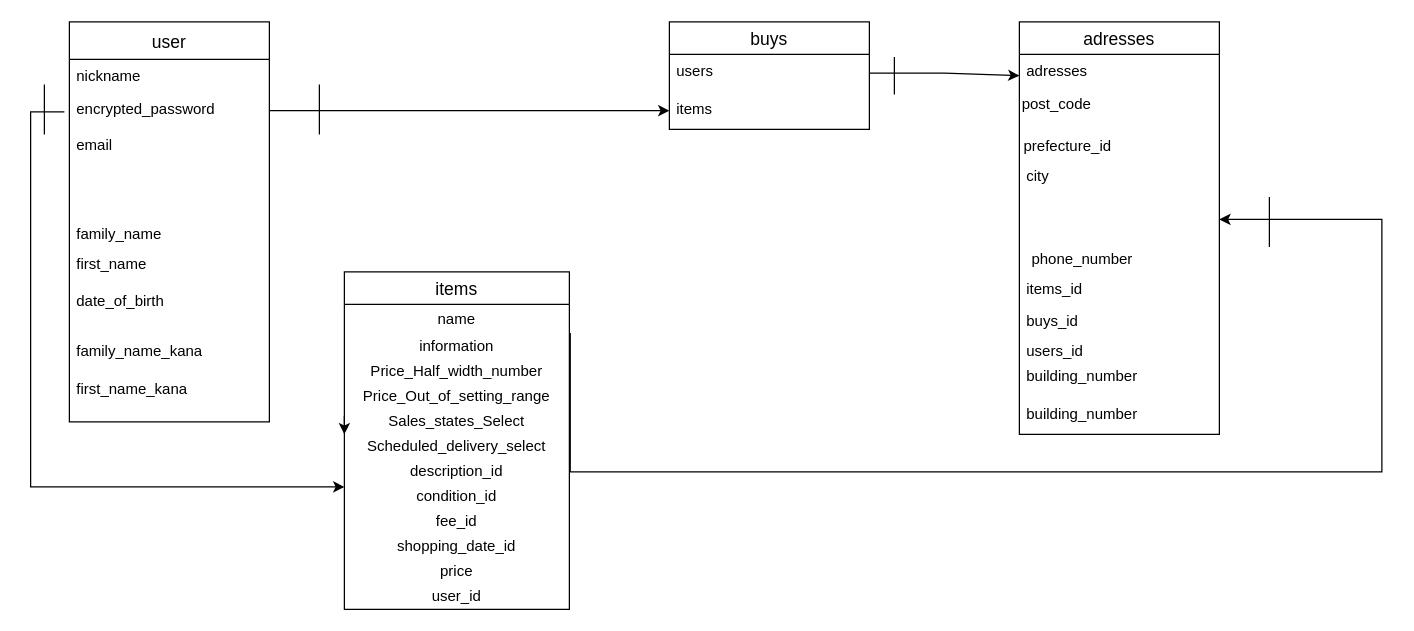
The draw.io diagram app/furima.dio in KINGKim2019/furima-29585, before the edit. Source tidied: cells renumbered, new cells numbered last; positions are measured from the earlier drawing's top-left corner, leaving out a move shared by most shapes. Both pictures are drawn from the tidied source at 125%, with x=0, y=0 at pixel (30, 21).
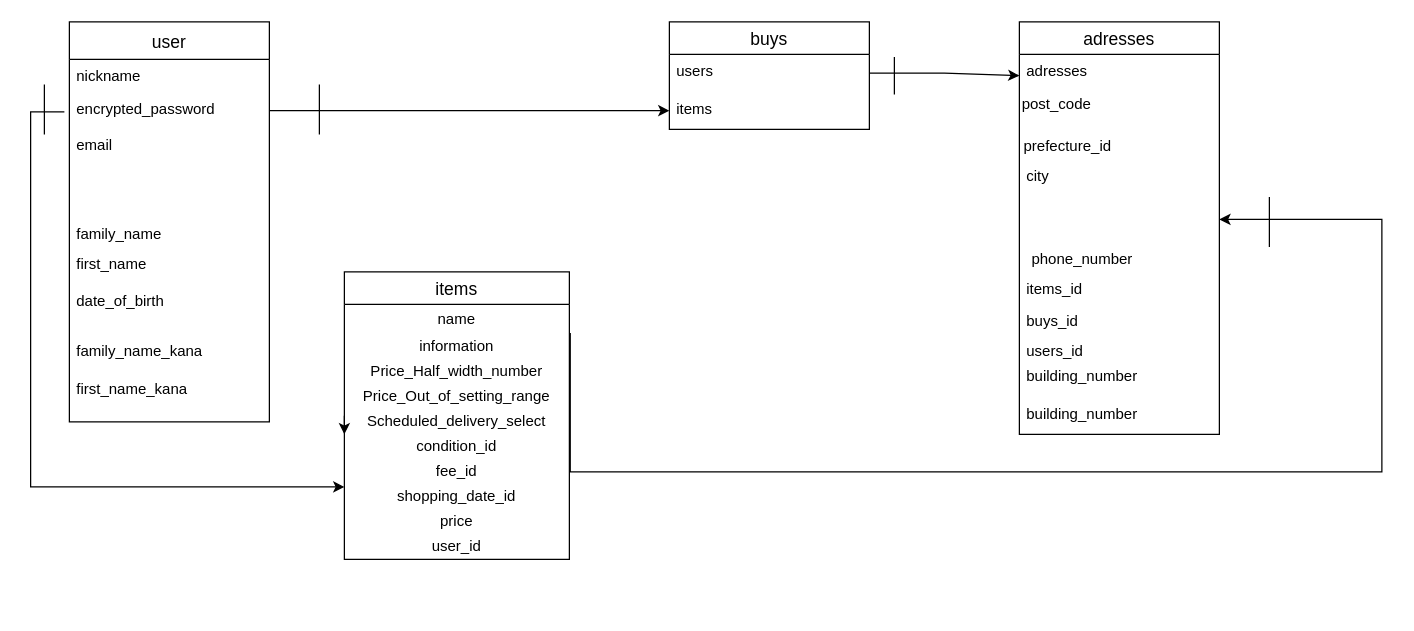
Above is the later version.

The edit, as a diff of the source:
```diff
@@
     <mxCell id="5" value="items" style="swimlane;fontStyle=0;horizontal=1;startSize=26;align=center;fontSize=14;" parent="1" vertex="1">
-      <mxGeometry x="251" y="200" width="180" height="270" as="geometry" />
+      <mxGeometry x="251" y="200" width="180" height="230" as="geometry" />
     </mxCell>
@@
-    <mxCell id="10" style="edgeStyle=orthogonalEdgeStyle;rounded=0;orthogonalLoop=1;jettySize=auto;html=1;exitX=0;exitY=0.25;exitDx=0;exitDy=0;entryX=0;entryY=1;entryDx=0;entryDy=0;" parent="5" edge="1" source="11" target="11">
-      <mxGeometry relative="1" as="geometry" />
+    <mxCell id="10" style="edgeStyle=orthogonalEdgeStyle;rounded=0;orthogonalLoop=1;jettySize=auto;html=1;exitX=0;exitY=0.25;exitDx=0;exitDy=0;entryX=0;entryY=1;entryDx=0;entryDy=0;" parent="5" edge="1">
+      <mxGeometry relative="1" as="geometry">
+        <mxPoint y="115" as="sourcePoint" />
+        <mxPoint y="130" as="targetPoint" />
+      </mxGeometry>
     </mxCell>
-    <mxCell id="11" value="Sales_states_Select" style="text;html=1;strokeColor=none;fillColor=none;align=center;verticalAlign=middle;whiteSpace=wrap;rounded=0;" parent="5" vertex="1">
-      <mxGeometry y="110" width="180" height="20" as="geometry" />
-    </mxCell>
     <mxCell id="12" value="Scheduled_delivery_select" style="text;html=1;strokeColor=none;fillColor=none;align=center;verticalAlign=middle;whiteSpace=wrap;rounded=0;" parent="5" vertex="1">
-      <mxGeometry y="130" width="180" height="20" as="geometry" />
+      <mxGeometry y="110" width="180" height="20" as="geometry" />
     </mxCell>
-    <mxCell id="13" value="description_id" style="text;html=1;strokeColor=none;fillColor=none;align=center;verticalAlign=middle;whiteSpace=wrap;rounded=0;" parent="5" vertex="1">
-      <mxGeometry y="150" width="180" height="20" as="geometry" />
-    </mxCell>
     <mxCell id="14" value="condition_id" style="text;html=1;strokeColor=none;fillColor=none;align=center;verticalAlign=middle;whiteSpace=wrap;rounded=0;" parent="5" vertex="1">
-      <mxGeometry y="170" width="180" height="20" as="geometry" />
+      <mxGeometry y="130" width="180" height="20" as="geometry" />
     </mxCell>
     <mxCell id="15" value="fee_id" style="text;html=1;strokeColor=none;fillColor=none;align=center;verticalAlign=middle;whiteSpace=wrap;rounded=0;" parent="5" vertex="1">
-      <mxGeometry y="190" width="180" height="20" as="geometry" />
+      <mxGeometry y="150" width="180" height="20" as="geometry" />
     </mxCell>
     <mxCell id="16" value="shopping_date_id" style="text;html=1;strokeColor=none;fillColor=none;align=center;verticalAlign=middle;whiteSpace=wrap;rounded=0;" parent="5" vertex="1">
-      <mxGeometry y="210" width="180" height="20" as="geometry" />
+      <mxGeometry y="170" width="180" height="20" as="geometry" />
     </mxCell>
     <mxCell id="17" value="price" style="text;html=1;strokeColor=none;fillColor=none;align=center;verticalAlign=middle;whiteSpace=wrap;rounded=0;" parent="5" vertex="1">
-      <mxGeometry y="230" width="180" height="20" as="geometry" />
+      <mxGeometry y="190" width="180" height="20" as="geometry" />
     </mxCell>
     <mxCell id="18" value="user_id" style="text;html=1;strokeColor=none;fillColor=none;align=center;verticalAlign=middle;whiteSpace=wrap;rounded=0;" parent="5" vertex="1">
-      <mxGeometry y="250" width="180" height="20" as="geometry" />
+      <mxGeometry y="210" width="180" height="20" as="geometry" />
     </mxCell>
```
